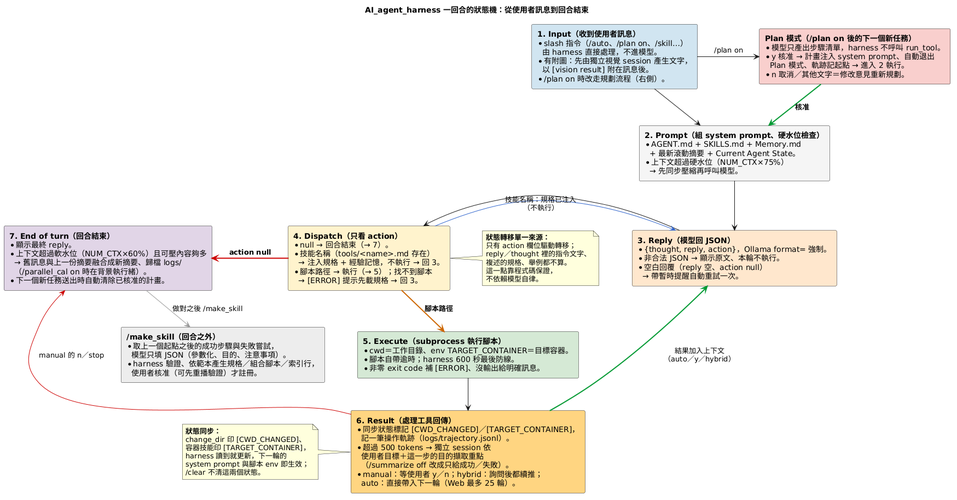
The PlantUML diagram doc/images/AI_agent_harness的狀態轉移.png in DavidZox/AI_agent_harness, before a commit.
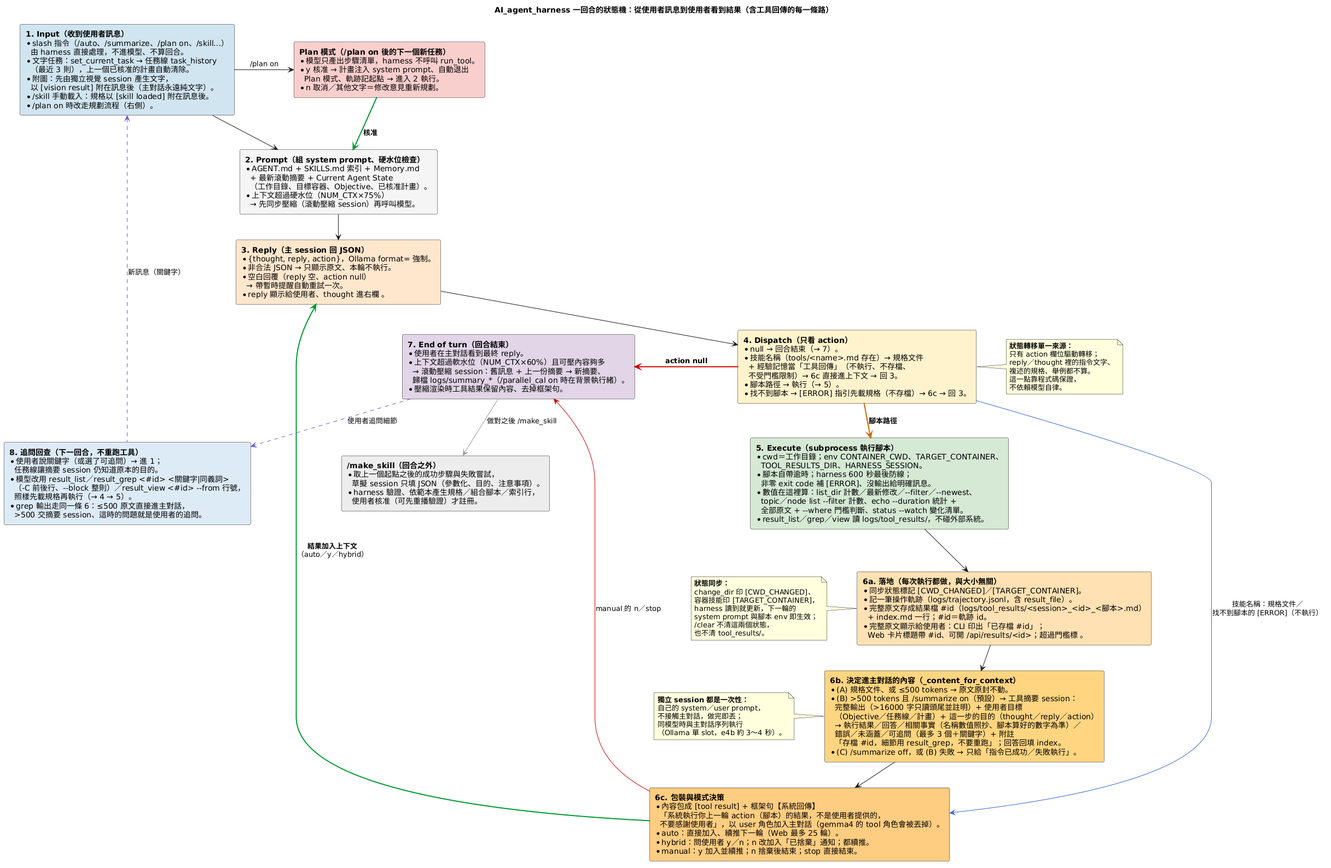
The same diagram one commit later.

The edit, as a diff of the source:
```diff
@@ -1,71 +1,114 @@
 @startuml
-skinparam RectangleWidthMax 350
-skinparam ranksep 50
-skinparam nodesep 60
+skinparam RectangleWidthMax 370
+skinparam ranksep 45
+skinparam nodesep 55
 skinparam shadowing false
 skinparam defaultFontName "Microsoft JhengHei"
 
-title AI_agent_harness 一回合的狀態機：從使用者訊息到回合結束
+title AI_agent_harness 一回合的狀態機：從使用者訊息到使用者看到結果（含工具回傳的每一條路）
 
 rectangle State1 #D1E5F0 [
   **1. Input（收到使用者訊息）**
-  * slash 指令（/auto、/plan on、/skill…）
-    由 harness 直接處理，不進模型。
-  * 有附圖：先由獨立視覺 session 產生文字，
-    以 [vision result] 附在訊息後。
+  * slash 指令（/auto、/summarize、/plan on、/skill…）
+    由 harness 直接處理，不進模型、不算回合。
+  * 文字任務：set_current_task → 任務線 task_history
+    （最近 3 則），上一個已核准的計畫自動清除。
+  * 附圖：先由獨立視覺 session 產生文字，
+    以 [vision result] 附在訊息後（主對話永遠純文字）。
+  * /skill 手動載入：規格以 [skill loaded] 附在訊息後。
   * /plan on 時改走規劃流程（右側）。
 ]
 
 rectangle State2 #F5F5F5 [
   **2. Prompt（組 system prompt、硬水位檢查）**
-  * AGENT.md + SKILLS.md + Memory.md
-    + 最新滾動摘要 + Current Agent State。
+  * AGENT.md + SKILLS.md 索引 + Memory.md
+    + 最新滾動摘要 + Current Agent State
+    （工作目錄、目標容器、Objective、已核准計畫）。
   * 上下文超過硬水位（NUM_CTX×75%）
-    → 先同步壓縮再呼叫模型。
+    → 先同步壓縮（滾動壓縮 session）再呼叫模型。
 ]
 
 rectangle State3 #FFE6CC [
-  **3. Reply（模型回 JSON）**
+  **3. Reply（主 session 回 JSON）**
   * {thought, reply, action}，Ollama format= 強制。
-  * 非合法 JSON → 顯示原文、本輪不執行。
+  * 非合法 JSON → 只顯示原文、本輪不執行。
   * 空白回覆（reply 空、action null）
     → 帶暫時提醒自動重試一次。
+  * reply 顯示給使用者、thought 進右欄 。
 ]
 
 rectangle State4 #FFF2CC [
   **4. Dispatch（只看 action）**
   * null → 回合結束（→ 7）。
-  * 技能名稱（tools/<name>.md 存在）
-    → 注入規格 + 經驗記憶，不執行 → 回 3。
-  * 腳本路徑 → 執行（→ 5）；找不到腳本
-    → [ERROR] 提示先載規格 → 回 3。
+  * 技能名稱（tools/<name>.md 存在）→ 規格文件
+    + 經驗記憶當「工具回傳」（不執行、不存檔、
+    不受門檻限制）→ 6c 直接進上下文 → 回 3。
+  * 腳本路徑 → 執行（→ 5）。
+  * 找不到腳本 → [ERROR] 指引先載規格（不存檔）→ 6c → 回 3。
 ]
 
 rectangle State5 #D5E8D4 [
   **5. Execute（subprocess 執行腳本）**
-  * cwd＝工作目錄、env TARGET_CONTAINER＝目標容器。
-  * 腳本自帶逾時；harness 600 秒最後防線。
-  * 非零 exit code 補 [ERROR]、沒輸出給明確訊息。
+  * cwd＝工作目錄；env CONTAINER_CWD、TARGET_CONTAINER、
+    TOOL_RESULTS_DIR、HARNESS_SESSION。
+  * 腳本自帶逾時；harness 600 秒最後防線；
+    非零 exit code 補 [ERROR]、沒輸出給明確訊息。
+  * 數值在這裡算：list_dir 計數／最新修改／~--filter／~--newest、
+    topic／node list ~--filter 計數、echo ~--duration 統計 +
+    全部原文 + ~--where 門檻判斷、status ~--watch 變化清單。
+  * result_list／grep／view 讀 logs/tool_results/，不碰外部系統。
 ]
 
-rectangle State6 #FFD580 [
-  **6. Result（處理工具回傳）**
-  * 同步狀態標記 [CWD_CHANGED]／[TARGET_CONTAINER]，
-    記一筆操作軌跡（logs/trajectory.jsonl）。
-  * 超過 500 tokens → 獨立 session 依
-    使用者目標＋這一步的目的擷取重點
-    （/summarize off 改成只給成功／失敗）。
-  * manual：等使用者 y／n；hybrid：詢問後都續推；
-    auto：直接帶入下一輪（Web 最多 25 輪）。
+rectangle State6a #FFE0B2 [
+  **6a. 落地（每次執行都做，與大小無關）**
+  * 同步狀態標記 [CWD_CHANGED]／[TARGET_CONTAINER]。
+  * 記一筆操作軌跡（logs/trajectory.jsonl，含 result_file）。
+  * 完整原文存成結果檔 #id（logs/tool_results/<session>_<id>_<腳本>.md）
+    + index.md 一行；#id＝軌跡 id。
+  * 完整原文顯示給使用者：CLI 印出「已存檔 #id」；
+    Web 卡片標題帶 #id、可開 /api/results/<id>；超過門檻標 。
+]
+
+rectangle State6b #FFD580 [
+  **6b. 決定進主對話的內容（_content_for_context）**
+  * (A) 規格文件、或 ≤500 tokens → 原文原封不動。
+  * (B) >500 tokens 且 /summarize on（預設）→ 工具摘要 session：
+    完整輸出（>16000 字只讀頭尾並註明）+ 使用者目標
+    （Objective／任務線／計畫）+ 這一步的目的（thought／reply／action）
+    → 執行結果／回答／相關事實（名稱數值照抄、腳本算好的數字為準）／
+    錯誤／未涵蓋／可追問（最多 3 個＋關鍵字）+ 附註
+    「存檔 #id，細節用 result_grep，不要重跑」；回答回填 index。
+  * (C) /summarize off，或 (B) 失敗 → 只給「指令已成功／失敗執行」。
+]
+
+rectangle State6c #FFCC80 [
+  **6c. 包裝與模式決策**
+  * 內容包成 [tool result] + 框架句【系統回傳】
+    「系統執行你上一輪 action（腳本）的結果，不是使用者提供的，
+    不要感謝使用者」，以 user 角色加入主對話（gemma4 的 tool 角色會被丟掉）。
+  * auto：直接加入、續推下一輪（Web 最多 25 輪）。
+  * hybrid：問使用者 y／n；n 改加入「已捨棄」通知；都續推。
+  * manual：y 加入並續推；n 捨棄後結束；stop 直接結束。
 ]
 
 rectangle State7 #E1D5E7 [
   **7. End of turn（回合結束）**
-  * 顯示最終 reply。
+  * 使用者在主對話看到最終 reply。
   * 上下文超過軟水位（NUM_CTX×60%）且可壓內容夠多
-    → 舊訊息與上一份摘要融合成新摘要、歸檔 logs/
-    （/parallel_cal on 時在背景執行緒）。
-  * 下一個新任務送出時自動清除已核准的計畫。
+    → 滾動壓縮 session：舊訊息 + 上一份摘要 → 新摘要、
+    歸檔 logs/summary_*（/parallel_cal on 時在背景執行緒）。
+  * 壓縮渲染時工具結果保留內容、去掉框架句。
+]
+
+rectangle State8 #DDEBF7 [
+  **8. 追問回查（下一回合，不重跑工具）**
+  * 使用者說關鍵字（或選了可追問）→ 進 1；
+    任務線讓摘要 session 仍知道原本的目的。
+  * 模型改用 result_list／result_grep <#id> <關鍵字|同義詞>
+    （-C 前後行、~--block 整則）／result_view <#id> ~--from 行號，
+    照樣先載規格再執行（→ 4 → 5）。
+  * grep 輸出走同一條 6：≤500 原文直接進主對話，
+    >500 交摘要 session、這時的問題就是使用者的追問。
 ]
 
 rectangle StatePlan #F8CECC [
@@ -79,7 +122,7 @@
 rectangle StateSkill #ECECEC [
   **/make_skill（回合之外）**
   * 取上一個起點之後的成功步驟與失敗嘗試，
-    模型只填 JSON（參數化、目的、注意事項）。
+    草擬 session 只填 JSON（參數化、目的、注意事項）。
   * harness 驗證、依範本產生規格／組合腳本／索引行，
     使用者核准（可先重播驗證）才註冊。
 ]
@@ -88,11 +131,15 @@
 State2 -down-> State3
 State3 -down-> State4
 State4 -[#CC6600,bold]down-> State5 : **腳本路徑**
-State4 -[#3366CC]right-> State3 : 技能名稱：規格已注入\n（不執行）
-State5 -down-> State6
-State6 -[#009933,bold]up-> State3 : 結果加入上下文\n（auto／y／hybrid）
+State4 -[#3366CC]right-> State6c : 技能名稱：規格文件／\n找不到腳本的 [ERROR]（不執行）
+State5 -down-> State6a
+State6a -down-> State6b
+State6b -down-> State6c
+State6c -[#009933,bold]up-> State3 : **結果加入上下文**\n（auto／y／hybrid）
 State4 -[#CC0000,bold]left-> State7 : **action null**
-State6 -[#CC0000]left-> State7 : manual 的 n／stop
+State6c -[#CC0000]left-> State7 : manual 的 n／stop
+State7 -[#6A5ACD,dashed]down-> State8 : 使用者追問細節
+State8 -[#6A5ACD,dashed]up-> State1 : 新訊息（關鍵字）
 State1 -right-> StatePlan : /plan on
 StatePlan -[#009933,bold]down-> State2 : **核准**
 State7 -[#999999]down-> StateSkill : 做對之後 /make_skill
@@ -106,12 +153,21 @@
   不依賴模型自律。
 end note
 
-note left of State6
+note left of State6a
   **狀態同步：**
   change_dir 印 [CWD_CHANGED]、
   容器技能印 [TARGET_CONTAINER]，
   harness 讀到就更新，下一輪的
   system prompt 與腳本 env 即生效；
-  /clear 不清這兩個狀態。
+  /clear 不清這兩個狀態，
+  也不清 tool_results/。
+end note
+
+note left of State6b
+  **獨立 session 都是一次性：**
+  自己的 system／user prompt，
+  不接觸主對話，做完即丟；
+  同模型時與主對話序列執行
+  （Ollama 單 slot，e4b 約 3～4 秒）。
 end note
 @enduml
```
